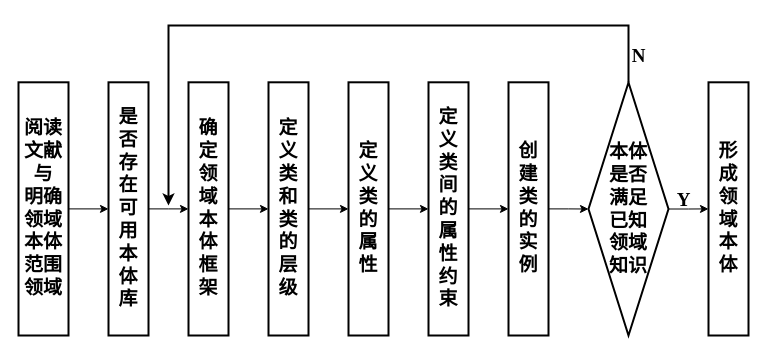
Earlier version of the draw.io diagram owl_build_method.drawio (junchaoIU/Diagrams_library). Source tidied: cells renumbered, new cells numbered last; positions are measured from the earlier drawing's top-left corner, leaving out a move shared by most shapes. Both pictures are drawn from the tidied source at 100%, with x=0, y=0 at pixel (18, 25).
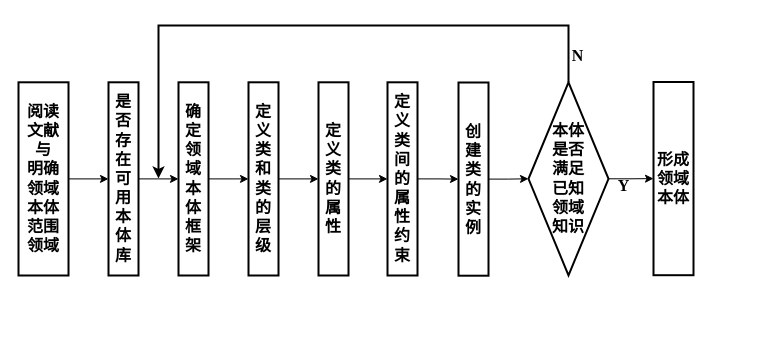
After the change.

Change to the diagram source:
```diff
@@
-    <mxCell id="2" style="edgeStyle=orthogonalEdgeStyle;rounded=0;jettySize=auto;html=1;exitX=1;exitY=0.5;exitDx=0;exitDy=0;entryX=0;entryY=0.5;entryDx=0;entryDy=0;fontSize=19;" parent="1" edge="1" source="3" target="16">
+    <mxCell id="2" style="edgeStyle=orthogonalEdgeStyle;rounded=0;jettySize=auto;html=1;exitX=1;exitY=0.5;exitDx=0;exitDy=0;entryX=0;entryY=0.5;entryDx=0;entryDy=0;fontSize=16;" parent="1" edge="1" source="3" target="16">
       <mxGeometry relative="1" as="geometry" />
     </mxCell>
-    <mxCell id="3" value="&lt;font face=&quot;Times New Roman&quot; style=&quot;font-size: 19px&quot;&gt;&lt;span&gt;阅读文献与&lt;br&gt;明确领域本体范围领域&lt;/span&gt;&lt;/font&gt;" style="rounded=0;whiteSpace=wrap;html=1;strokeWidth=2;fontStyle=1;perimeterSpacing=0;spacing=3;" parent="1" vertex="1">
-      <mxGeometry y="56.8" width="50" height="253.2" as="geometry" />
+    <mxCell id="3" value="&lt;font face=&quot;Times New Roman&quot; style=&quot;font-size: 16px;&quot;&gt;&lt;span style=&quot;font-size: 16px;&quot;&gt;阅读文献与&lt;br style=&quot;font-size: 16px;&quot;&gt;明确领域本体范围领域&lt;/span&gt;&lt;/font&gt;" style="rounded=0;whiteSpace=wrap;html=1;strokeWidth=2;fontStyle=1;perimeterSpacing=0;spacing=3;fontSize=16;" parent="1" vertex="1">
+      <mxGeometry y="56.8" width="50" height="193.2" as="geometry" />
     </mxCell>
-    <mxCell id="4" style="edgeStyle=orthogonalEdgeStyle;rounded=0;jettySize=auto;html=1;exitX=1;exitY=0.5;exitDx=0;exitDy=0;entryX=0;entryY=0.5;entryDx=0;entryDy=0;fontSize=19;" parent="1" edge="1" source="5" target="7">
+    <mxCell id="4" style="edgeStyle=orthogonalEdgeStyle;rounded=0;jettySize=auto;html=1;exitX=1;exitY=0.5;exitDx=0;exitDy=0;entryX=0;entryY=0.5;entryDx=0;entryDy=0;fontSize=16;" parent="1" edge="1" source="5" target="7">
       <mxGeometry relative="1" as="geometry" />
     </mxCell>
-    <mxCell id="5" value="&lt;font face=&quot;Times New Roman&quot;&gt;&lt;span style=&quot;font-size: 19px&quot;&gt;&lt;span&gt;确定领域本体框架&lt;/span&gt;&lt;/span&gt;&lt;/font&gt;" style="rounded=0;whiteSpace=wrap;html=1;strokeWidth=2;fontStyle=1;spacing=3;" parent="1" vertex="1">
-      <mxGeometry x="170" y="56.8" width="40" height="253.2" as="geometry" />
+    <mxCell id="5" value="&lt;font face=&quot;Times New Roman&quot; style=&quot;font-size: 16px;&quot;&gt;&lt;span style=&quot;font-size: 16px;&quot;&gt;&lt;span style=&quot;font-size: 16px;&quot;&gt;确定领域本体框架&lt;/span&gt;&lt;/span&gt;&lt;/font&gt;" style="rounded=0;whiteSpace=wrap;html=1;strokeWidth=2;fontStyle=1;spacing=3;fontSize=16;" parent="1" vertex="1">
+      <mxGeometry x="160" y="56.8" width="30" height="193.2" as="geometry" />
     </mxCell>
-    <mxCell id="6" style="edgeStyle=orthogonalEdgeStyle;rounded=0;jettySize=auto;html=1;exitX=1;exitY=0.5;exitDx=0;exitDy=0;entryX=0;entryY=0.5;entryDx=0;entryDy=0;fontSize=19;" parent="1" edge="1" source="7" target="9">
+    <mxCell id="6" style="edgeStyle=orthogonalEdgeStyle;rounded=0;jettySize=auto;html=1;exitX=1;exitY=0.5;exitDx=0;exitDy=0;entryX=0;entryY=0.5;entryDx=0;entryDy=0;fontSize=16;" parent="1" edge="1" source="7" target="9">
       <mxGeometry relative="1" as="geometry" />
     </mxCell>
-    <mxCell id="7" value="&lt;font face=&quot;Times New Roman&quot;&gt;&lt;span style=&quot;font-size: 19px&quot;&gt;&lt;span&gt;定义类和类的层级&lt;/span&gt;&lt;/span&gt;&lt;/font&gt;" style="rounded=0;whiteSpace=wrap;html=1;strokeWidth=2;fontStyle=1;spacing=3;" parent="1" vertex="1">
-      <mxGeometry x="250" y="56.8" width="40" height="253.2" as="geometry" />
+    <mxCell id="7" value="&lt;font face=&quot;Times New Roman&quot; style=&quot;font-size: 16px;&quot;&gt;&lt;span style=&quot;font-size: 16px;&quot;&gt;&lt;span style=&quot;font-size: 16px;&quot;&gt;定义类和类的层级&lt;/span&gt;&lt;/span&gt;&lt;/font&gt;" style="rounded=0;whiteSpace=wrap;html=1;strokeWidth=2;fontStyle=1;spacing=3;fontSize=16;" parent="1" vertex="1">
+      <mxGeometry x="230" y="56.8" width="30" height="193.2" as="geometry" />
     </mxCell>
-    <mxCell id="8" style="edgeStyle=orthogonalEdgeStyle;rounded=0;jettySize=auto;html=1;exitX=1;exitY=0.5;exitDx=0;exitDy=0;entryX=0;entryY=0.5;entryDx=0;entryDy=0;fontSize=19;" parent="1" edge="1" source="9" target="11">
+    <mxCell id="8" style="edgeStyle=orthogonalEdgeStyle;rounded=0;jettySize=auto;html=1;exitX=1;exitY=0.5;exitDx=0;exitDy=0;entryX=0;entryY=0.5;entryDx=0;entryDy=0;fontSize=16;" parent="1" edge="1" source="9" target="11">
       <mxGeometry relative="1" as="geometry" />
     </mxCell>
-    <mxCell id="9" value="&lt;font face=&quot;Times New Roman&quot;&gt;&lt;span style=&quot;font-size: 19px&quot;&gt;&lt;span&gt;定义类的属性&lt;/span&gt;&lt;/span&gt;&lt;/font&gt;" style="rounded=0;whiteSpace=wrap;html=1;strokeWidth=2;fontStyle=1;spacing=3;" parent="1" vertex="1">
-      <mxGeometry x="330" y="56.8" width="40" height="253.2" as="geometry" />
+    <mxCell id="9" value="&lt;font face=&quot;Times New Roman&quot; style=&quot;font-size: 16px;&quot;&gt;&lt;span style=&quot;font-size: 16px;&quot;&gt;&lt;span style=&quot;font-size: 16px;&quot;&gt;定义类的属性&lt;/span&gt;&lt;/span&gt;&lt;/font&gt;" style="rounded=0;whiteSpace=wrap;html=1;strokeWidth=2;fontStyle=1;spacing=3;fontSize=16;" parent="1" vertex="1">
+      <mxGeometry x="300" y="56.8" width="30" height="193.2" as="geometry" />
     </mxCell>
-    <mxCell id="10" style="edgeStyle=orthogonalEdgeStyle;rounded=0;jettySize=auto;html=1;exitX=1;exitY=0.5;exitDx=0;exitDy=0;entryX=0;entryY=0.5;entryDx=0;entryDy=0;fontSize=19;" parent="1" edge="1" source="11" target="13">
+    <mxCell id="10" style="edgeStyle=orthogonalEdgeStyle;rounded=0;jettySize=auto;html=1;exitX=1;exitY=0.5;exitDx=0;exitDy=0;entryX=0;entryY=0.5;entryDx=0;entryDy=0;fontSize=16;" parent="1" edge="1" source="11" target="13">
       <mxGeometry relative="1" as="geometry" />
     </mxCell>
-    <mxCell id="11" value="&lt;font face=&quot;Times New Roman&quot;&gt;&lt;span style=&quot;font-size: 19px&quot;&gt;&lt;span&gt;定义类间的属性约束&lt;/span&gt;&lt;/span&gt;&lt;/font&gt;" style="rounded=0;whiteSpace=wrap;html=1;strokeWidth=2;fontStyle=1;spacing=3;" parent="1" vertex="1">
-      <mxGeometry x="410" y="56.8" width="40" height="253.2" as="geometry" />
+    <mxCell id="11" value="&lt;font face=&quot;Times New Roman&quot; style=&quot;font-size: 16px;&quot;&gt;&lt;span style=&quot;font-size: 16px;&quot;&gt;&lt;span style=&quot;font-size: 16px;&quot;&gt;定义类间的属性约束&lt;/span&gt;&lt;/span&gt;&lt;/font&gt;" style="rounded=0;whiteSpace=wrap;html=1;strokeWidth=2;fontStyle=1;spacing=3;fontSize=16;" parent="1" vertex="1">
+      <mxGeometry x="369" y="56.8" width="30" height="193.2" as="geometry" />
     </mxCell>
-    <mxCell id="12" style="edgeStyle=orthogonalEdgeStyle;rounded=0;jettySize=auto;html=1;exitX=1;exitY=0.5;exitDx=0;exitDy=0;entryX=0;entryY=0.5;entryDx=0;entryDy=0;fontSize=19;" parent="1" edge="1" source="13" target="19">
+    <mxCell id="12" style="edgeStyle=orthogonalEdgeStyle;rounded=0;jettySize=auto;html=1;exitX=1;exitY=0.5;exitDx=0;exitDy=0;entryX=0;entryY=0.5;entryDx=0;entryDy=0;fontSize=16;" parent="1" edge="1" source="13" target="19">
       <mxGeometry relative="1" as="geometry" />
     </mxCell>
-    <mxCell id="13" value="&lt;font face=&quot;Times New Roman&quot;&gt;&lt;span style=&quot;font-size: 19px&quot;&gt;&lt;span&gt;创建类的实例&lt;/span&gt;&lt;/span&gt;&lt;/font&gt;" style="rounded=0;whiteSpace=wrap;html=1;strokeWidth=2;fontStyle=1;spacing=3;" parent="1" vertex="1">
-      <mxGeometry x="490" y="56.8" width="40" height="253.2" as="geometry" />
+    <mxCell id="13" value="&lt;font face=&quot;Times New Roman&quot; style=&quot;font-size: 16px;&quot;&gt;&lt;span style=&quot;font-size: 16px;&quot;&gt;&lt;span style=&quot;font-size: 16px;&quot;&gt;创建类的实例&lt;/span&gt;&lt;/span&gt;&lt;/font&gt;" style="rounded=0;whiteSpace=wrap;html=1;strokeWidth=2;fontStyle=1;spacing=3;fontSize=16;" parent="1" vertex="1">
+      <mxGeometry x="440" y="57" width="30" height="193.2" as="geometry" />
     </mxCell>
-    <mxCell id="14" value="&lt;font face=&quot;Times New Roman&quot;&gt;&lt;span style=&quot;font-size: 19px&quot;&gt;&lt;span&gt;形成领域本体&lt;/span&gt;&lt;/span&gt;&lt;/font&gt;" style="rounded=0;whiteSpace=wrap;html=1;strokeWidth=2;fontStyle=1;spacing=3;" parent="1" vertex="1">
-      <mxGeometry x="690" y="56.8" width="40" height="253.2" as="geometry" />
+    <mxCell id="14" value="&lt;font face=&quot;Times New Roman&quot; style=&quot;font-size: 16px;&quot;&gt;&lt;span style=&quot;font-size: 16px;&quot;&gt;&lt;span style=&quot;font-size: 16px;&quot;&gt;形成领域本体&lt;/span&gt;&lt;/span&gt;&lt;/font&gt;" style="rounded=0;whiteSpace=wrap;html=1;strokeWidth=2;fontStyle=1;spacing=3;fontSize=16;" parent="1" vertex="1">
+      <mxGeometry x="635" y="56.5" width="40" height="193.2" as="geometry" />
     </mxCell>
-    <mxCell id="15" style="edgeStyle=orthogonalEdgeStyle;rounded=0;jettySize=auto;html=1;exitX=1;exitY=0.5;exitDx=0;exitDy=0;fontSize=19;" parent="1" edge="1" source="16" target="5">
+    <mxCell id="15" style="edgeStyle=orthogonalEdgeStyle;rounded=0;jettySize=auto;html=1;exitX=1;exitY=0.5;exitDx=0;exitDy=0;fontSize=16;" parent="1" edge="1" source="16" target="5">
       <mxGeometry relative="1" as="geometry" />
     </mxCell>
-    <mxCell id="16" value="&lt;font face=&quot;Times New Roman&quot;&gt;&lt;span style=&quot;font-size: 19px&quot;&gt;是否存在可用本体库&lt;/span&gt;&lt;/font&gt;" style="rounded=0;whiteSpace=wrap;html=1;strokeWidth=2;fontStyle=1;perimeterSpacing=0;spacing=3;" parent="1" vertex="1">
-      <mxGeometry x="90" y="56.8" width="40" height="253.2" as="geometry" />
+    <mxCell id="16" value="&lt;font face=&quot;Times New Roman&quot; style=&quot;font-size: 16px;&quot;&gt;&lt;span style=&quot;font-size: 16px;&quot;&gt;是否存在可用本体库&lt;/span&gt;&lt;/font&gt;" style="rounded=0;whiteSpace=wrap;html=1;strokeWidth=2;fontStyle=1;perimeterSpacing=0;spacing=3;fontSize=16;" parent="1" vertex="1">
+      <mxGeometry x="90" y="56.8" width="30" height="193.2" as="geometry" />
     </mxCell>
-    <mxCell id="17" style="edgeStyle=orthogonalEdgeStyle;rounded=0;jettySize=auto;html=1;exitX=1;exitY=0.5;exitDx=0;exitDy=0;entryX=0;entryY=0.5;entryDx=0;entryDy=0;fontSize=19;" parent="1" edge="1" source="19" target="14">
+    <mxCell id="17" style="edgeStyle=orthogonalEdgeStyle;rounded=0;jettySize=auto;html=1;exitX=1;exitY=0.5;exitDx=0;exitDy=0;entryX=0;entryY=0.5;entryDx=0;entryDy=0;fontSize=16;" parent="1" edge="1" source="19" target="14">
       <mxGeometry relative="1" as="geometry" />
     </mxCell>
-    <mxCell id="18" style="edgeStyle=orthogonalEdgeStyle;rounded=0;jettySize=auto;html=1;exitX=0.5;exitY=0;exitDx=0;exitDy=0;fontSize=19;strokeWidth=2;" parent="1" edge="1" source="19">
+    <mxCell id="18" style="edgeStyle=orthogonalEdgeStyle;rounded=0;jettySize=auto;html=1;exitX=0.5;exitY=0;exitDx=0;exitDy=0;fontSize=16;strokeWidth=2;" parent="1" edge="1" source="19">
       <mxGeometry relative="1" as="geometry">
-        <mxPoint x="150" y="180" as="targetPoint" />
+        <mxPoint x="140" y="153" as="targetPoint" />
         <Array as="points">
-          <mxPoint x="610" />
-          <mxPoint x="150" />
+          <mxPoint x="550" />
+          <mxPoint x="140" />
+          <mxPoint x="140" y="120" />
         </Array>
       </mxGeometry>
     </mxCell>
-    <mxCell id="19" value="&lt;span&gt;本体&lt;br&gt;是否&lt;br&gt;满足&lt;br&gt;已知&lt;br&gt;领域&lt;br&gt;知识&lt;/span&gt;" style="rhombus;whiteSpace=wrap;html=1;rounded=0;fontSize=19;fontStyle=1;strokeWidth=2;" parent="1" vertex="1">
-      <mxGeometry x="570" y="57" width="80" height="253" as="geometry" />
+    <mxCell id="19" value="&lt;span style=&quot;font-size: 16px;&quot;&gt;本体&lt;br style=&quot;font-size: 16px;&quot;&gt;是否&lt;br style=&quot;font-size: 16px;&quot;&gt;满足&lt;br style=&quot;font-size: 16px;&quot;&gt;已知&lt;br style=&quot;font-size: 16px;&quot;&gt;领域&lt;br style=&quot;font-size: 16px;&quot;&gt;知识&lt;/span&gt;" style="rhombus;whiteSpace=wrap;html=1;rounded=0;fontSize=16;fontStyle=1;strokeWidth=2;" parent="1" vertex="1">
+      <mxGeometry x="510" y="56.8" width="80" height="193" as="geometry" />
     </mxCell>
-    <mxCell id="20" value="&lt;font face=&quot;Times New Roman&quot;&gt;&lt;b&gt;Y&lt;/b&gt;&lt;/font&gt;" style="text;html=1;align=center;verticalAlign=middle;strokeColor=none;fillColor=none;fontSize=19;" parent="1" vertex="1">
-      <mxGeometry x="650" y="160" width="30" height="30" as="geometry" />
+    <mxCell id="20" value="&lt;font face=&quot;Times New Roman&quot; style=&quot;font-size: 16px;&quot;&gt;&lt;b style=&quot;font-size: 16px;&quot;&gt;Y&lt;/b&gt;&lt;/font&gt;" style="text;html=1;align=center;verticalAlign=middle;strokeColor=none;fillColor=none;fontSize=16;" parent="1" vertex="1">
+      <mxGeometry x="590" y="150" width="30" height="20" as="geometry" />
     </mxCell>
-    <mxCell id="21" value="&lt;b&gt;N&lt;/b&gt;" style="text;html=1;align=center;verticalAlign=middle;strokeColor=none;fillColor=none;fontSize=19;fontFamily=Times New Roman;" parent="1" vertex="1">
-      <mxGeometry x="605" y="16" width="30" height="30" as="geometry" />
+    <mxCell id="21" value="&lt;b style=&quot;font-size: 16px;&quot;&gt;N&lt;/b&gt;" style="text;html=1;align=center;verticalAlign=middle;strokeColor=none;fillColor=none;fontSize=16;fontFamily=Times New Roman;" parent="1" vertex="1">
+      <mxGeometry x="544" y="20" width="30" height="20" as="geometry" />
     </mxCell>
```
